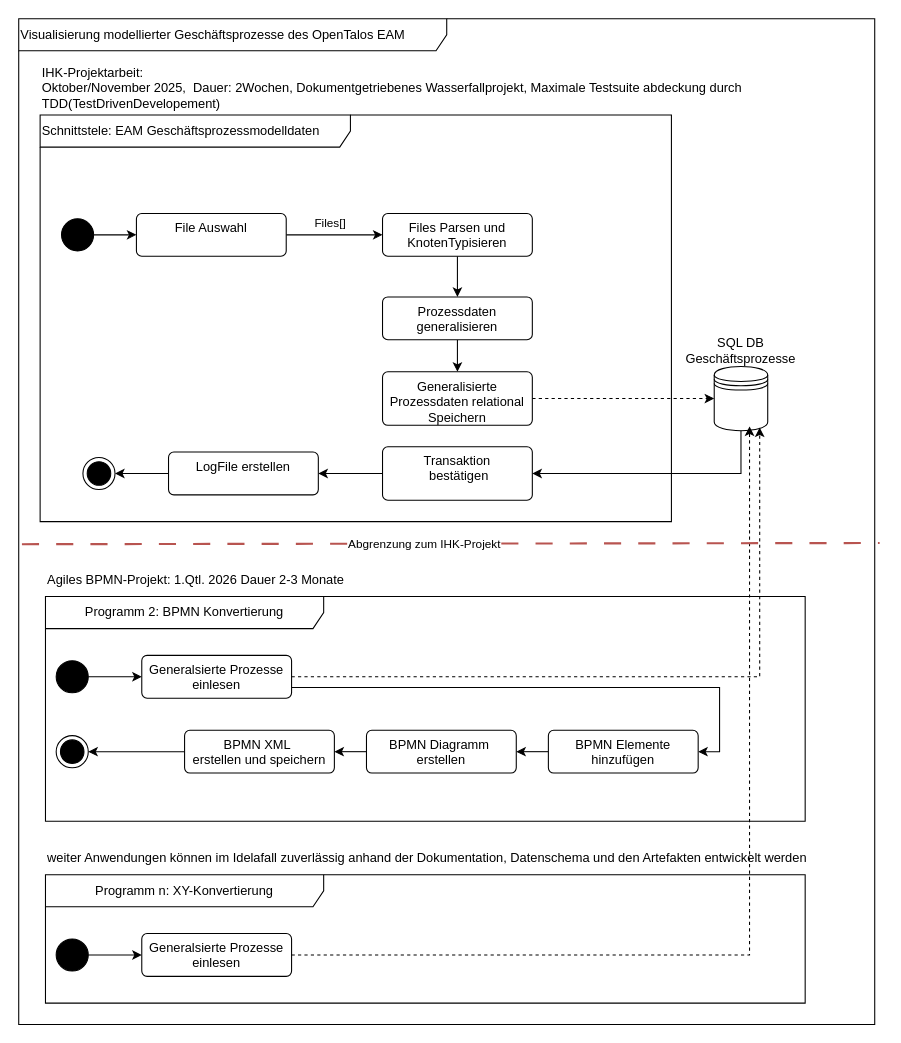
cjanta/ap2 keeps this draw.io diagram as TODO/IHK-Projektantrag-V2_NeuerAnsatz.drawio. Above is the earlier version. Source tidied: cells renumbered, new cells numbered last; positions are measured from the earlier drawing's top-left corner, leaving out a move shared by most shapes. Both pictures are drawn from the tidied source at 107%, with x=0, y=0 at pixel (18, 18).
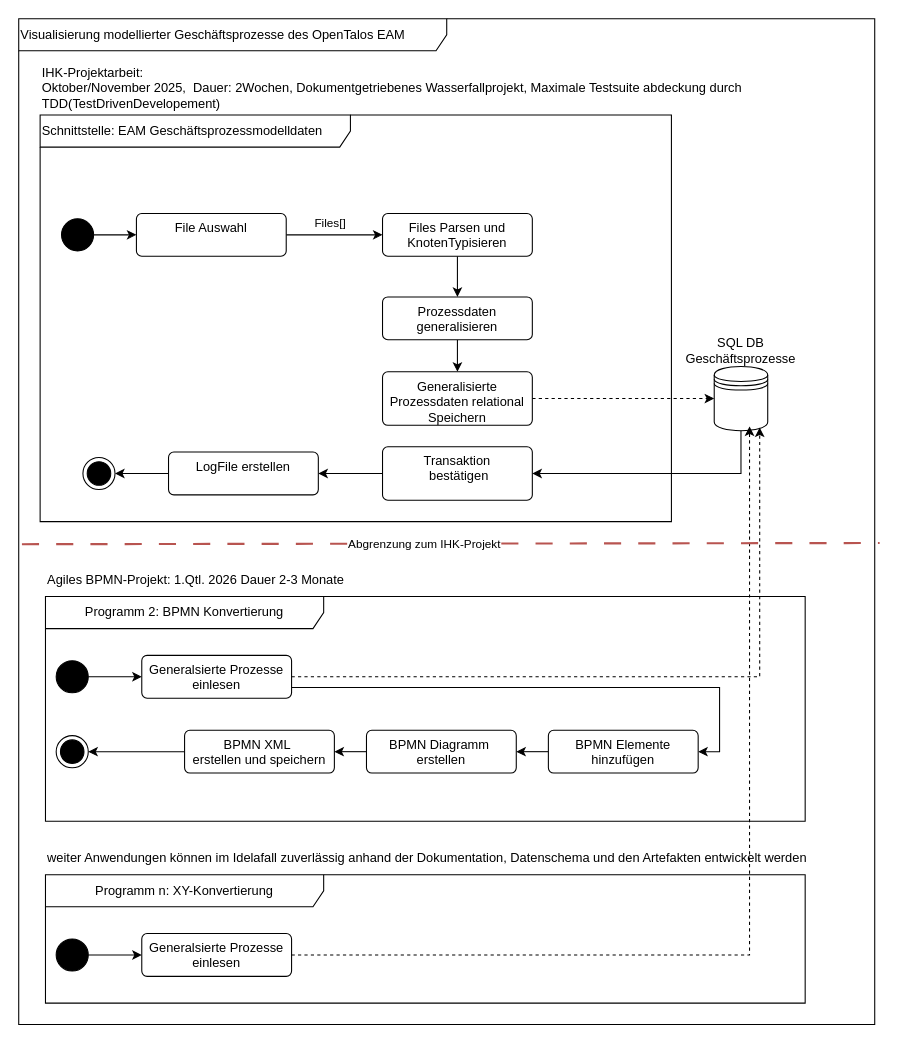
After the change.

Unchanged cells that the change refers to:
```xml
<mxCell id="2" value="Visualisierung modellierter Geschäftsprozesse des OpenTalos EAM" style="shape=umlFrame;whiteSpace=wrap;html=1;width=400;height=30;align=left;" parent="1" vertex="1">
  <mxGeometry width="800" height="940" as="geometry" />
</mxCell>
```

What changed in the source:
```diff
@@
-    <mxCell id="20" value="Schnittstele: EAM Geschäftsprozessmodelldaten" style="shape=umlFrame;whiteSpace=wrap;html=1;width=290;height=30;align=left;" parent="2" vertex="1">
+    <mxCell id="20" value="Schnittstelle: EAM Geschäftsprozessmodelldaten" style="shape=umlFrame;whiteSpace=wrap;html=1;width=290;height=30;align=left;" parent="2" vertex="1">
       <mxGeometry x="20" y="90" width="590" height="380" as="geometry" />
     </mxCell>
```
